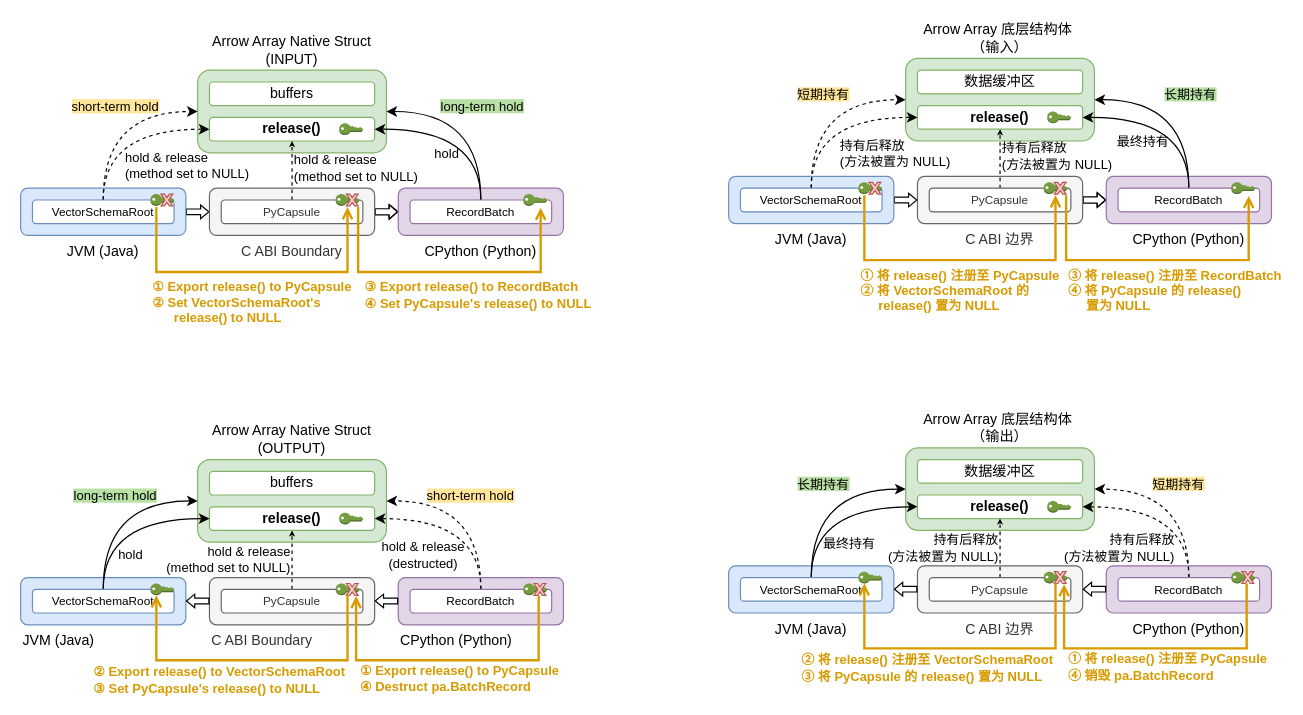
The draw.io diagram page "transfer-owner" (6 of 14) of grad.drawio in shinyano/drawio, before the edit. Source tidied: cells renumbered, new cells numbered last; positions are measured from the earlier drawing's top-left corner, leaving out a move shared by most shapes. Both pictures are drawn from the tidied source at 118%, with x=0, y=0 at pixel (20, 58).
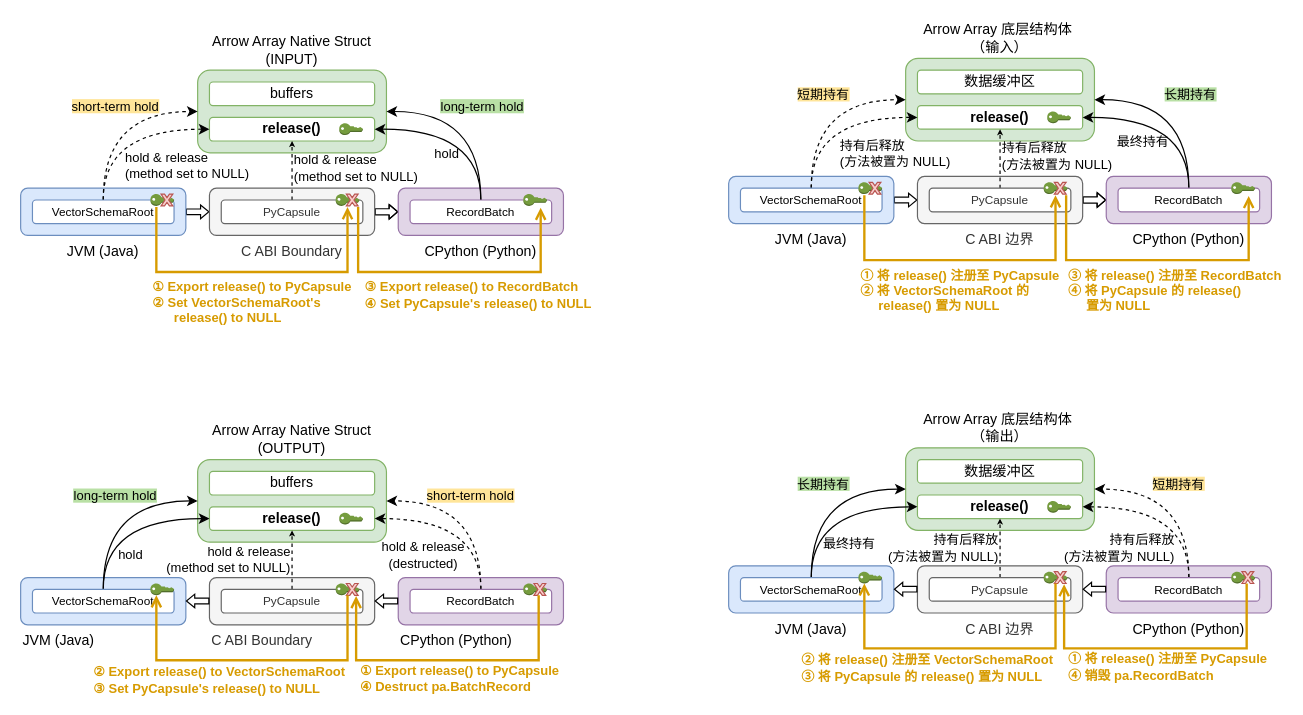
Above is the later version.

Unchanged cells that the change refers to:
```xml
<mxCell id="115" style="edgeStyle=orthogonalEdgeStyle;rounded=0;orthogonalLoop=1;jettySize=auto;html=1;entryX=0.43;entryY=1.057;entryDx=0;entryDy=0;entryPerimeter=0;strokeWidth=2;fillColor=#ffe6cc;strokeColor=#D79B00;exitX=0;exitY=1;exitDx=0;exitDy=0;exitPerimeter=0;endArrow=open;endFill=0;" parent="1" edge="1">
  <mxGeometry relative="1" as="geometry">
    <mxPoint x="1039" y="445" as="sourcePoint" />
    <mxPoint x="884.3" y="445.6" as="targetPoint" />
    <Array as="points">
      <mxPoint x="1039" y="500" />
      <mxPoint x="884" y="500" />
    </Array>
  </mxGeometry>
</mxCell>
```

Diff of the diagram source:
```diff
@@
-    <mxCell id="116" value="① 将 release() 注册至 PyCapsule&lt;div&gt;④ 销毁 pa.BatchRecord&lt;/div&gt;" style="edgeLabel;html=1;align=left;verticalAlign=middle;labelBackgroundColor=none;fontColor=#D79B00;fontStyle=1;" parent="115" vertex="1">
+    <mxCell id="116" value="① 将 release() 注册至 PyCapsule&lt;div&gt;④ 销毁 pa.RecordBatch&lt;/div&gt;" style="edgeLabel;html=1;align=left;verticalAlign=middle;labelBackgroundColor=none;fontColor=#D79B00;fontStyle=1;" parent="115" vertex="1">
       <mxGeometry x="-0.61" relative="1" as="geometry">
         <mxPoint x="-153" y="19" as="offset" />
       </mxGeometry>
     </mxCell>
```
